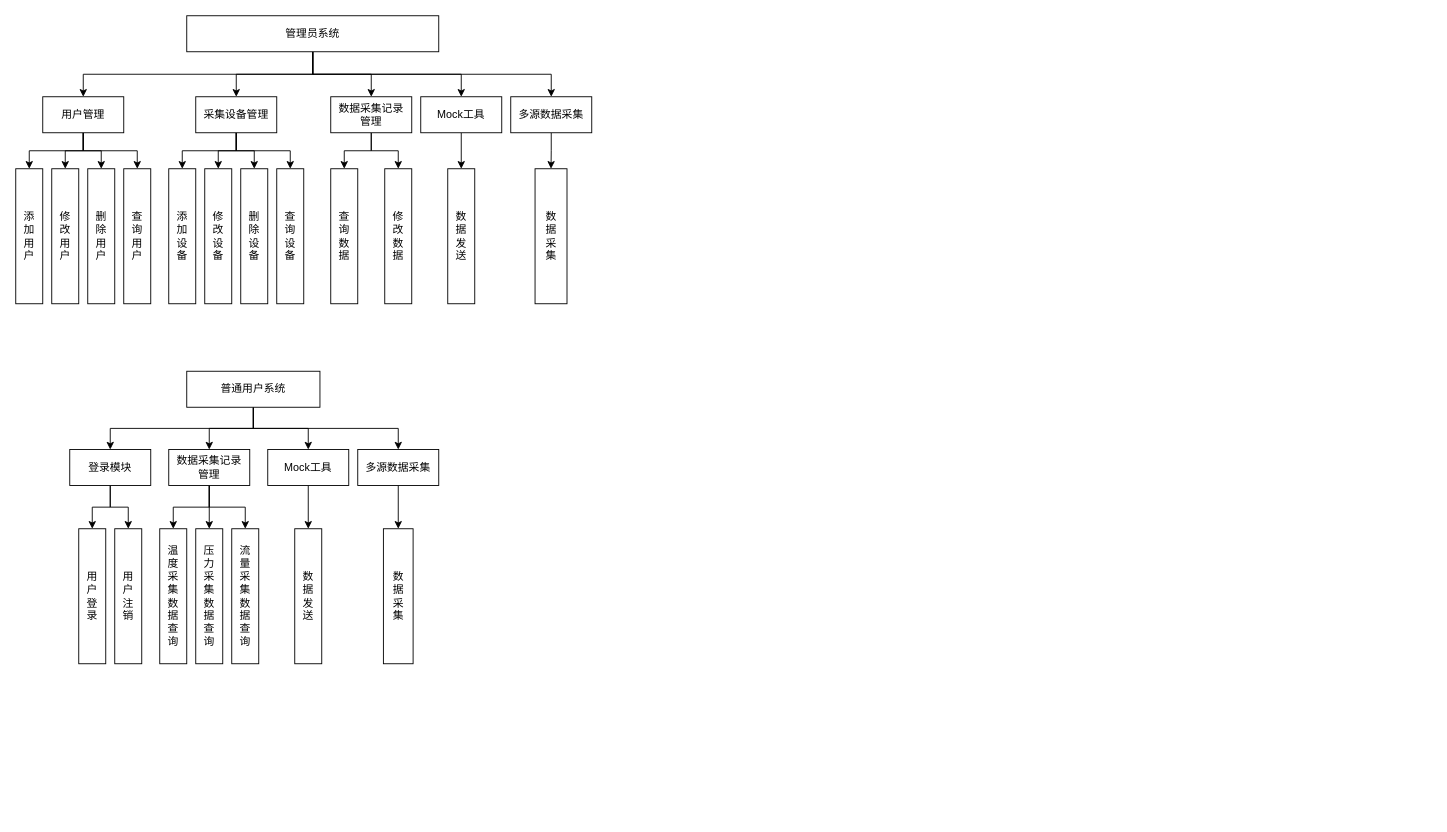
Thesis7/review--master keeps this draw.io diagram as 功能模块图.drawio. Above is the earlier version. Source tidied: cells renumbered, new cells numbered last; positions are measured from the earlier drawing's top-left corner, leaving out a move shared by most shapes. Both pictures are drawn from the tidied source at 90%, with x=0, y=0 at pixel (15, 15).
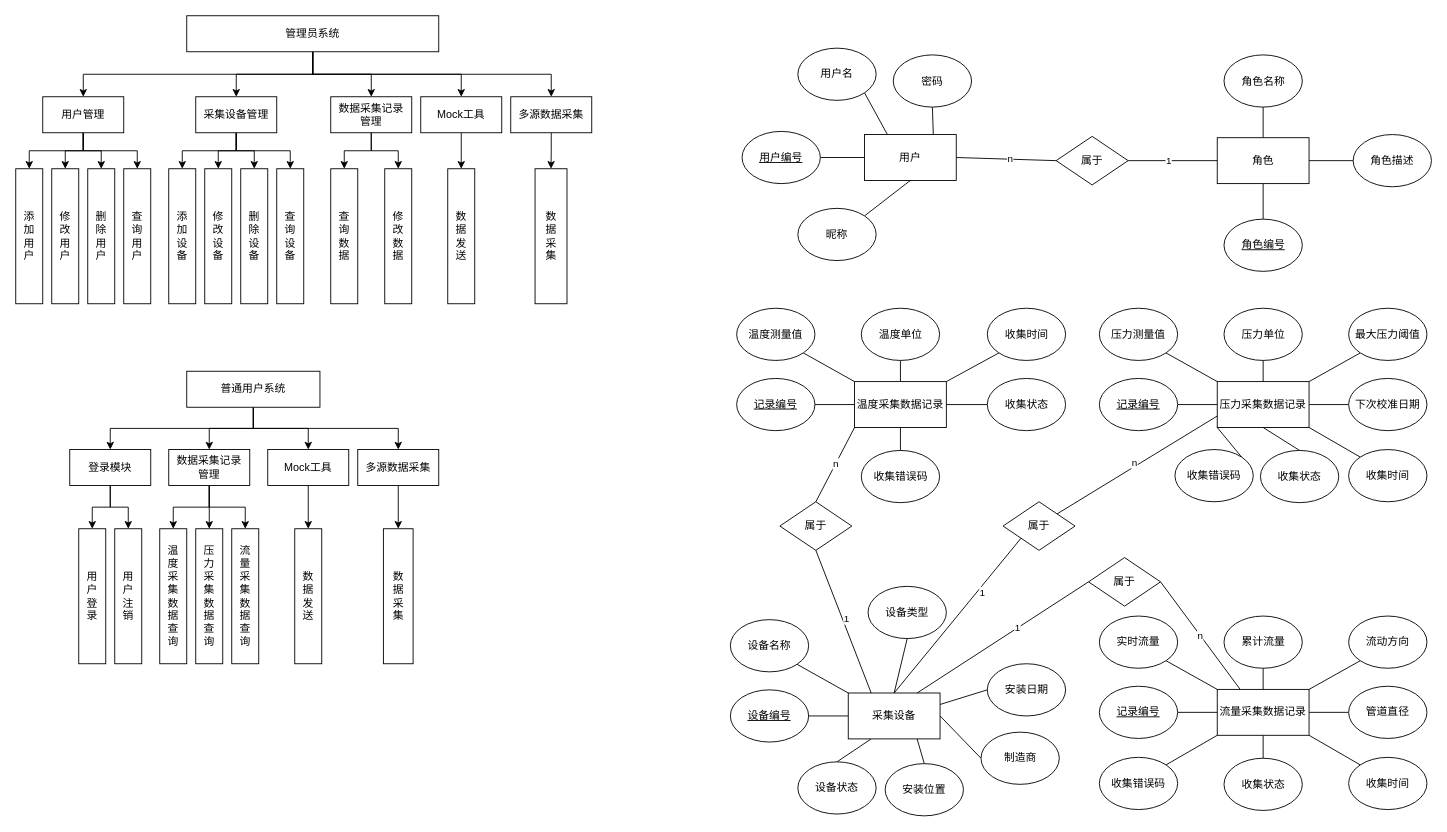
The same page after the edit.

Commit message:
更新功能模块图.drawio

Diff of the diagram source:
```diff
@@
+    <mxCell id="60" style="edgeStyle=orthogonalEdgeStyle;rounded=0;jettySize=auto;html=1;exitX=1;exitY=0.5;exitDx=0;exitDy=0;entryX=0;entryY=0.5;entryDx=0;entryDy=0;endArrow=none;startFill=0;" parent="1" edge="1" source="63" target="66">
+      <mxGeometry relative="1" as="geometry" />
+    </mxCell>
+    <mxCell id="61" style="edgeStyle=orthogonalEdgeStyle;rounded=0;jettySize=auto;html=1;exitX=0.5;exitY=0;exitDx=0;exitDy=0;entryX=0.5;entryY=1;entryDx=0;entryDy=0;endArrow=none;startFill=0;" parent="1" edge="1" source="63" target="65">
+      <mxGeometry relative="1" as="geometry" />
+    </mxCell>
+    <mxCell id="62" style="edgeStyle=orthogonalEdgeStyle;rounded=0;jettySize=auto;html=1;exitX=0.5;exitY=1;exitDx=0;exitDy=0;entryX=0.5;entryY=0;entryDx=0;entryDy=0;endArrow=none;startFill=0;" parent="1" edge="1" source="63" target="64">
+      <mxGeometry relative="1" as="geometry" />
+    </mxCell>
+    <mxCell id="63" value="角色" style="rounded=0;whiteSpace=wrap;html=1;" parent="1" vertex="1">
+      <mxGeometry x="1335" y="135.5" width="102" height="51" as="geometry" />
+    </mxCell>
+    <mxCell id="64" value="角色编号" style="ellipse;whiteSpace=wrap;html=1;fontStyle=4;" parent="1" vertex="1">
+      <mxGeometry x="1342.5" y="226" width="87" height="58" as="geometry" />
+    </mxCell>
+    <mxCell id="65" value="角色名称" style="ellipse;whiteSpace=wrap;html=1;" parent="1" vertex="1">
+      <mxGeometry x="1342.5" y="43.5" width="87" height="58" as="geometry" />
+    </mxCell>
+    <mxCell id="66" value="角色描述" style="ellipse;whiteSpace=wrap;html=1;" parent="1" vertex="1">
+      <mxGeometry x="1486" y="132" width="87" height="58" as="geometry" />
+    </mxCell>
+    <mxCell id="67" style="rounded=0;jettySize=auto;html=1;exitX=0;exitY=0.5;exitDx=0;exitDy=0;entryX=1;entryY=0.5;entryDx=0;entryDy=0;endArrow=none;startFill=0;" parent="1" edge="1" source="78" target="79">
+      <mxGeometry relative="1" as="geometry" />
+    </mxCell>
+    <mxCell id="68" style="rounded=0;jettySize=auto;html=1;exitX=0;exitY=0;exitDx=0;exitDy=0;entryX=1;entryY=1;entryDx=0;entryDy=0;endArrow=none;startFill=0;" parent="1" edge="1" source="78" target="80">
+      <mxGeometry relative="1" as="geometry" />
+    </mxCell>
+    <mxCell id="69" style="rounded=0;jettySize=auto;html=1;exitX=0.5;exitY=0;exitDx=0;exitDy=0;entryX=0.5;entryY=1;entryDx=0;entryDy=0;endArrow=none;startFill=0;" parent="1" edge="1" source="78" target="81">
+      <mxGeometry relative="1" as="geometry" />
+    </mxCell>
+    <mxCell id="70" style="rounded=0;jettySize=auto;html=1;exitX=1;exitY=0.5;exitDx=0;exitDy=0;entryX=0;entryY=0.5;entryDx=0;entryDy=0;endArrow=none;startFill=0;" parent="1" edge="1" source="78" target="84">
+      <mxGeometry relative="1" as="geometry" />
+    </mxCell>
+    <mxCell id="71" style="rounded=0;jettySize=auto;html=1;exitX=0.75;exitY=1;exitDx=0;exitDy=0;entryX=0.5;entryY=0;entryDx=0;entryDy=0;endArrow=none;startFill=0;" parent="1" edge="1" source="78" target="83">
+      <mxGeometry relative="1" as="geometry" />
+    </mxCell>
+    <mxCell id="72" style="rounded=0;jettySize=auto;html=1;exitX=0.25;exitY=1;exitDx=0;exitDy=0;entryX=0.5;entryY=0;entryDx=0;entryDy=0;endArrow=none;startFill=0;" parent="1" edge="1" source="78" target="85">
+      <mxGeometry relative="1" as="geometry" />
+    </mxCell>
+    <mxCell id="73" style="rounded=0;jettySize=auto;html=1;exitX=1;exitY=0.25;exitDx=0;exitDy=0;entryX=0;entryY=0.5;entryDx=0;entryDy=0;endArrow=none;startFill=0;" parent="1" edge="1" source="78" target="82">
+      <mxGeometry relative="1" as="geometry" />
+    </mxCell>
+    <mxCell id="74" style="rounded=0;jettySize=auto;html=1;exitX=0.5;exitY=0;exitDx=0;exitDy=0;entryX=0;entryY=1;entryDx=0;entryDy=0;endArrow=none;startFill=0;" parent="1" edge="1" source="78" target="153">
+      <mxGeometry relative="1" as="geometry" />
+    </mxCell>
+    <mxCell id="75" value="1" style="edgeLabel;html=1;align=center;verticalAlign=middle;" parent="74" vertex="1">
+      <mxGeometry x="0.34" y="-4" relative="1" as="geometry">
+        <mxPoint y="1" as="offset" />
+      </mxGeometry>
+    </mxCell>
+    <mxCell id="76" style="rounded=0;jettySize=auto;html=1;exitX=0.25;exitY=0;exitDx=0;exitDy=0;entryX=0.5;entryY=1;entryDx=0;entryDy=0;endArrow=none;startFill=0;" parent="1" edge="1" source="78" target="152">
+      <mxGeometry relative="1" as="geometry" />
+    </mxCell>
+    <mxCell id="77" value="1" style="edgeLabel;html=1;align=center;verticalAlign=middle;" parent="76" vertex="1">
+      <mxGeometry x="0.03" y="-4" relative="1" as="geometry" />
+    </mxCell>
+    <mxCell id="78" value="采集设备" style="rounded=0;whiteSpace=wrap;html=1;" parent="1" vertex="1">
+      <mxGeometry x="925" y="752.5" width="102" height="51" as="geometry" />
+    </mxCell>
+    <mxCell id="79" value="设备编号" style="ellipse;whiteSpace=wrap;html=1;fontStyle=4;" parent="1" vertex="1">
+      <mxGeometry x="794" y="749" width="87" height="58" as="geometry" />
+    </mxCell>
+    <mxCell id="80" value="设备名称" style="ellipse;whiteSpace=wrap;html=1;" parent="1" vertex="1">
+      <mxGeometry x="794" y="671" width="87" height="58" as="geometry" />
+    </mxCell>
+    <mxCell id="81" value="设备类型" style="ellipse;whiteSpace=wrap;html=1;" parent="1" vertex="1">
+      <mxGeometry x="947" y="634" width="87" height="58" as="geometry" />
+    </mxCell>
+    <mxCell id="82" value="安装日期" style="ellipse;whiteSpace=wrap;html=1;" parent="1" vertex="1">
+      <mxGeometry x="1079.5" y="720" width="87" height="58" as="geometry" />
+    </mxCell>
+    <mxCell id="83" value="安装位置" style="ellipse;whiteSpace=wrap;html=1;" parent="1" vertex="1">
+      <mxGeometry x="966" y="831" width="87" height="58" as="geometry" />
+    </mxCell>
+    <mxCell id="84" value="制造商" style="ellipse;whiteSpace=wrap;html=1;" parent="1" vertex="1">
+      <mxGeometry x="1072.5" y="796" width="87" height="58" as="geometry" />
+    </mxCell>
+    <mxCell id="85" value="设备状态" style="ellipse;whiteSpace=wrap;html=1;" parent="1" vertex="1">
+      <mxGeometry x="869" y="829" width="87" height="58" as="geometry" />
+    </mxCell>
+    <mxCell id="86" style="rounded=0;jettySize=auto;html=1;exitX=0;exitY=0.5;exitDx=0;exitDy=0;entryX=1;entryY=0.5;entryDx=0;entryDy=0;endArrow=none;startFill=0;" parent="1" edge="1" source="92" target="93">
+      <mxGeometry relative="1" as="geometry" />
+    </mxCell>
+    <mxCell id="87" style="rounded=0;jettySize=auto;html=1;exitX=0;exitY=0;exitDx=0;exitDy=0;entryX=1;entryY=1;entryDx=0;entryDy=0;endArrow=none;startFill=0;" parent="1" edge="1" source="92" target="94">
+      <mxGeometry relative="1" as="geometry" />
+    </mxCell>
+    <mxCell id="88" style="rounded=0;jettySize=auto;html=1;exitX=0.5;exitY=0;exitDx=0;exitDy=0;entryX=0.5;entryY=1;entryDx=0;entryDy=0;endArrow=none;startFill=0;" parent="1" edge="1" source="92" target="95">
+      <mxGeometry relative="1" as="geometry" />
+    </mxCell>
+    <mxCell id="89" style="rounded=0;jettySize=auto;html=1;exitX=1;exitY=0;exitDx=0;exitDy=0;entryX=0;entryY=1;entryDx=0;entryDy=0;endArrow=none;startFill=0;" parent="1" edge="1" source="92" target="96">
+      <mxGeometry relative="1" as="geometry" />
+    </mxCell>
+    <mxCell id="90" style="rounded=0;jettySize=auto;html=1;exitX=1;exitY=0.5;exitDx=0;exitDy=0;entryX=0;entryY=0.5;entryDx=0;entryDy=0;endArrow=none;startFill=0;" parent="1" edge="1" source="92" target="98">
+      <mxGeometry relative="1" as="geometry" />
+    </mxCell>
+    <mxCell id="91" style="edgeStyle=orthogonalEdgeStyle;rounded=0;jettySize=auto;html=1;exitX=0.5;exitY=1;exitDx=0;exitDy=0;entryX=0.5;entryY=0;entryDx=0;entryDy=0;endArrow=none;startFill=0;" parent="1" edge="1" source="92" target="97">
+      <mxGeometry relative="1" as="geometry" />
+    </mxCell>
+    <mxCell id="92" value="温度采集数据记录" style="rounded=0;whiteSpace=wrap;html=1;" parent="1" vertex="1">
+      <mxGeometry x="932" y="406.5" width="102" height="51" as="geometry" />
+    </mxCell>
+    <mxCell id="93" value="记录编号" style="ellipse;whiteSpace=wrap;html=1;fontStyle=4;" parent="1" vertex="1">
+      <mxGeometry x="801" y="403" width="87" height="58" as="geometry" />
+    </mxCell>
+    <mxCell id="94" value="温度测量值" style="ellipse;whiteSpace=wrap;html=1;" parent="1" vertex="1">
+      <mxGeometry x="801" y="325" width="87" height="58" as="geometry" />
+    </mxCell>
+    <mxCell id="95" value="温度单位" style="ellipse;whiteSpace=wrap;html=1;" parent="1" vertex="1">
+      <mxGeometry x="939.5" y="325" width="87" height="58" as="geometry" />
+    </mxCell>
+    <mxCell id="96" value="收集时间" style="ellipse;whiteSpace=wrap;html=1;" parent="1" vertex="1">
+      <mxGeometry x="1079.5" y="325" width="87" height="58" as="geometry" />
+    </mxCell>
+    <mxCell id="97" value="收集错误码" style="ellipse;whiteSpace=wrap;html=1;" parent="1" vertex="1">
+      <mxGeometry x="939.5" y="483" width="87" height="58" as="geometry" />
+    </mxCell>
+    <mxCell id="98" value="收集状态" style="ellipse;whiteSpace=wrap;html=1;" parent="1" vertex="1">
+      <mxGeometry x="1079.5" y="403" width="87" height="58" as="geometry" />
+    </mxCell>
+    <mxCell id="99" style="rounded=0;jettySize=auto;html=1;exitX=0;exitY=0.5;exitDx=0;exitDy=0;entryX=1;entryY=0.5;entryDx=0;entryDy=0;endArrow=none;startFill=0;" parent="1" edge="1" source="109" target="110">
+      <mxGeometry relative="1" as="geometry" />
+    </mxCell>
+    <mxCell id="100" style="rounded=0;jettySize=auto;html=1;exitX=0;exitY=0;exitDx=0;exitDy=0;entryX=1;entryY=1;entryDx=0;entryDy=0;endArrow=none;startFill=0;" parent="1" edge="1" source="109" target="111">
+      <mxGeometry relative="1" as="geometry" />
+    </mxCell>
+    <mxCell id="101" style="rounded=0;jettySize=auto;html=1;exitX=0.5;exitY=0;exitDx=0;exitDy=0;entryX=0.5;entryY=1;entryDx=0;entryDy=0;endArrow=none;startFill=0;" parent="1" edge="1" source="109" target="112">
+      <mxGeometry relative="1" as="geometry" />
+    </mxCell>
+    <mxCell id="102" style="rounded=0;jettySize=auto;html=1;exitX=0.5;exitY=1;exitDx=0;exitDy=0;entryX=0.5;entryY=0;entryDx=0;entryDy=0;endArrow=none;startFill=0;" parent="1" edge="1" source="109" target="117">
+      <mxGeometry relative="1" as="geometry" />
+    </mxCell>
+    <mxCell id="103" style="rounded=0;jettySize=auto;html=1;exitX=0;exitY=1;exitDx=0;exitDy=0;entryX=1;entryY=0;entryDx=0;entryDy=0;endArrow=none;startFill=0;" parent="1" edge="1" source="109" target="113">
+      <mxGeometry relative="1" as="geometry" />
+    </mxCell>
+    <mxCell id="104" style="rounded=0;jettySize=auto;html=1;exitX=1;exitY=1;exitDx=0;exitDy=0;entryX=0;entryY=0;entryDx=0;entryDy=0;endArrow=none;startFill=0;" parent="1" edge="1" source="109" target="116">
+      <mxGeometry relative="1" as="geometry" />
+    </mxCell>
+    <mxCell id="105" style="rounded=0;jettySize=auto;html=1;exitX=1;exitY=0.5;exitDx=0;exitDy=0;entryX=0;entryY=0.5;entryDx=0;entryDy=0;endArrow=none;startFill=0;" parent="1" edge="1" source="109" target="115">
+      <mxGeometry relative="1" as="geometry" />
+    </mxCell>
+    <mxCell id="106" style="rounded=0;jettySize=auto;html=1;exitX=1;exitY=0;exitDx=0;exitDy=0;entryX=0;entryY=1;entryDx=0;entryDy=0;endArrow=none;startFill=0;" parent="1" edge="1" source="109" target="114">
+      <mxGeometry relative="1" as="geometry" />
+    </mxCell>
+    <mxCell id="107" style="rounded=0;jettySize=auto;html=1;exitX=0;exitY=0.75;exitDx=0;exitDy=0;entryX=1;entryY=0;entryDx=0;entryDy=0;endArrow=none;startFill=0;" parent="1" edge="1" source="109" target="153">
+      <mxGeometry relative="1" as="geometry" />
+    </mxCell>
+    <mxCell id="108" value="n" style="edgeLabel;html=1;align=center;verticalAlign=middle;" parent="107" vertex="1">
+      <mxGeometry x="0.03" y="-3" relative="1" as="geometry">
+        <mxPoint y="-1" as="offset" />
+      </mxGeometry>
+    </mxCell>
+    <mxCell id="109" value="压力采集数据记录" style="rounded=0;whiteSpace=wrap;html=1;" parent="1" vertex="1">
+      <mxGeometry x="1335" y="406.5" width="102" height="51" as="geometry" />
+    </mxCell>
+    <mxCell id="110" value="记录编号" style="ellipse;whiteSpace=wrap;html=1;fontStyle=4;" parent="1" vertex="1">
+      <mxGeometry x="1204" y="403" width="87" height="58" as="geometry" />
+    </mxCell>
+    <mxCell id="111" value="压力测量值" style="ellipse;whiteSpace=wrap;html=1;" parent="1" vertex="1">
+      <mxGeometry x="1204" y="325" width="87" height="58" as="geometry" />
+    </mxCell>
+    <mxCell id="112" value="压力单位" style="ellipse;whiteSpace=wrap;html=1;" parent="1" vertex="1">
+      <mxGeometry x="1342.5" y="325" width="87" height="58" as="geometry" />
+    </mxCell>
+    <mxCell id="113" value="收集错误码" style="ellipse;whiteSpace=wrap;html=1;" parent="1" vertex="1">
+      <mxGeometry x="1288" y="482" width="87" height="58" as="geometry" />
+    </mxCell>
+    <mxCell id="114" value="最大压力阈值" style="ellipse;whiteSpace=wrap;html=1;" parent="1" vertex="1">
+      <mxGeometry x="1481" y="325" width="87" height="58" as="geometry" />
+    </mxCell>
+    <mxCell id="115" value="下次校准日期" style="ellipse;whiteSpace=wrap;html=1;" parent="1" vertex="1">
+      <mxGeometry x="1481" y="403" width="87" height="58" as="geometry" />
+    </mxCell>
+    <mxCell id="116" value="收集时间" style="ellipse;whiteSpace=wrap;html=1;" parent="1" vertex="1">
+      <mxGeometry x="1481" y="482" width="87" height="58" as="geometry" />
+    </mxCell>
+    <mxCell id="117" value="收集状态" style="ellipse;whiteSpace=wrap;html=1;" parent="1" vertex="1">
+      <mxGeometry x="1383" y="483" width="87" height="58" as="geometry" />
+    </mxCell>
+    <mxCell id="118" style="rounded=0;jettySize=auto;html=1;exitX=0;exitY=0.5;exitDx=0;exitDy=0;entryX=1;entryY=0.5;entryDx=0;entryDy=0;endArrow=none;startFill=0;" parent="1" edge="1" source="128" target="129">
+      <mxGeometry relative="1" as="geometry" />
+    </mxCell>
+    <mxCell id="119" style="rounded=0;jettySize=auto;html=1;exitX=0;exitY=0;exitDx=0;exitDy=0;entryX=1;entryY=1;entryDx=0;entryDy=0;endArrow=none;startFill=0;" parent="1" edge="1" source="128" target="130">
+      <mxGeometry relative="1" as="geometry" />
+    </mxCell>
+    <mxCell id="120" style="rounded=0;jettySize=auto;html=1;exitX=0.5;exitY=0;exitDx=0;exitDy=0;entryX=0.5;entryY=1;entryDx=0;entryDy=0;endArrow=none;startFill=0;" parent="1" edge="1" source="128" target="131">
+      <mxGeometry relative="1" as="geometry" />
+    </mxCell>
+    <mxCell id="121" style="rounded=0;jettySize=auto;html=1;exitX=0.5;exitY=1;exitDx=0;exitDy=0;entryX=0.5;entryY=0;entryDx=0;entryDy=0;endArrow=none;startFill=0;" parent="1" edge="1" source="128" target="136">
+      <mxGeometry relative="1" as="geometry" />
+    </mxCell>
+    <mxCell id="122" style="rounded=0;jettySize=auto;html=1;exitX=0;exitY=1;exitDx=0;exitDy=0;entryX=1;entryY=0;entryDx=0;entryDy=0;endArrow=none;startFill=0;" parent="1" edge="1" source="128" target="132">
+      <mxGeometry relative="1" as="geometry" />
+    </mxCell>
+    <mxCell id="123" style="rounded=0;jettySize=auto;html=1;exitX=1;exitY=1;exitDx=0;exitDy=0;entryX=0;entryY=0;entryDx=0;entryDy=0;endArrow=none;startFill=0;" parent="1" edge="1" source="128" target="135">
+      <mxGeometry relative="1" as="geometry" />
+    </mxCell>
+    <mxCell id="124" style="rounded=0;jettySize=auto;html=1;exitX=1;exitY=0.5;exitDx=0;exitDy=0;entryX=0;entryY=0.5;entryDx=0;entryDy=0;endArrow=none;startFill=0;" parent="1" edge="1" source="128" target="134">
+      <mxGeometry relative="1" as="geometry" />
+    </mxCell>
+    <mxCell id="125" style="rounded=0;jettySize=auto;html=1;exitX=1;exitY=0;exitDx=0;exitDy=0;entryX=0;entryY=1;entryDx=0;entryDy=0;endArrow=none;startFill=0;" parent="1" edge="1" source="128" target="133">
+      <mxGeometry relative="1" as="geometry" />
+    </mxCell>
+    <mxCell id="126" style="rounded=0;jettySize=auto;html=1;exitX=0.25;exitY=0;exitDx=0;exitDy=0;entryX=1;entryY=0.5;entryDx=0;entryDy=0;endArrow=none;startFill=0;" parent="1" edge="1" source="128" target="156">
+      <mxGeometry relative="1" as="geometry" />
+    </mxCell>
+    <mxCell id="127" value="n" style="edgeLabel;html=1;align=center;verticalAlign=middle;" parent="126" vertex="1">
+      <mxGeometry x="0.01" relative="1" as="geometry" />
+    </mxCell>
+    <mxCell id="128" value="流量采集数据记录" style="rounded=0;whiteSpace=wrap;html=1;" parent="1" vertex="1">
+      <mxGeometry x="1335" y="748.5" width="102" height="51" as="geometry" />
+    </mxCell>
+    <mxCell id="129" value="记录编号" style="ellipse;whiteSpace=wrap;html=1;fontStyle=4;" parent="1" vertex="1">
+      <mxGeometry x="1204" y="745" width="87" height="58" as="geometry" />
+    </mxCell>
+    <mxCell id="130" value="实时流量" style="ellipse;whiteSpace=wrap;html=1;" parent="1" vertex="1">
+      <mxGeometry x="1204" y="667" width="87" height="58" as="geometry" />
+    </mxCell>
+    <mxCell id="131" value="累计流量" style="ellipse;whiteSpace=wrap;html=1;" parent="1" vertex="1">
+      <mxGeometry x="1342.5" y="667" width="87" height="58" as="geometry" />
+    </mxCell>
+    <mxCell id="132" value="收集错误码" style="ellipse;whiteSpace=wrap;html=1;" parent="1" vertex="1">
+      <mxGeometry x="1204" y="824" width="87" height="58" as="geometry" />
+    </mxCell>
+    <mxCell id="133" value="流动方向" style="ellipse;whiteSpace=wrap;html=1;" parent="1" vertex="1">
+      <mxGeometry x="1481" y="667" width="87" height="58" as="geometry" />
+    </mxCell>
+    <mxCell id="134" value="管道直径" style="ellipse;whiteSpace=wrap;html=1;" parent="1" vertex="1">
+      <mxGeometry x="1481" y="745" width="87" height="58" as="geometry" />
+    </mxCell>
+    <mxCell id="135" value="收集时间" style="ellipse;whiteSpace=wrap;html=1;" parent="1" vertex="1">
+      <mxGeometry x="1481" y="824" width="87" height="58" as="geometry" />
+    </mxCell>
+    <mxCell id="136" value="收集状态" style="ellipse;whiteSpace=wrap;html=1;" parent="1" vertex="1">
+      <mxGeometry x="1342.5" y="825" width="87" height="58" as="geometry" />
+    </mxCell>
+    <mxCell id="137" style="edgeStyle=orthogonalEdgeStyle;rounded=0;jettySize=auto;html=1;exitX=0;exitY=0.5;exitDx=0;exitDy=0;entryX=1;entryY=0.5;entryDx=0;entryDy=0;endArrow=none;startFill=0;" parent="1" edge="1" source="143" target="144">
+      <mxGeometry relative="1" as="geometry" />
+    </mxCell>
+    <mxCell id="138" style="rounded=0;jettySize=auto;html=1;exitX=1;exitY=0.5;exitDx=0;exitDy=0;entryX=0;entryY=0.5;entryDx=0;entryDy=0;endArrow=none;startFill=0;" parent="1" edge="1" source="143" target="150">
+      <mxGeometry relative="1" as="geometry" />
+    </mxCell>
+    <mxCell id="139" value="n" style="edgeLabel;html=1;align=center;verticalAlign=middle;" parent="138" vertex="1">
+      <mxGeometry x="0.06" y="1" relative="1" as="geometry" />
+    </mxCell>
+    <mxCell id="140" style="rounded=0;jettySize=auto;html=1;exitX=0.75;exitY=0;exitDx=0;exitDy=0;entryX=0.5;entryY=1;entryDx=0;entryDy=0;endArrow=none;startFill=0;" parent="1" edge="1" source="143" target="146">
+      <mxGeometry relative="1" as="geometry" />
+    </mxCell>
+    <mxCell id="141" style="rounded=0;jettySize=auto;html=1;exitX=0.5;exitY=1;exitDx=0;exitDy=0;entryX=1;entryY=0;entryDx=0;entryDy=0;endArrow=none;startFill=0;" parent="1" edge="1" source="143" target="147">
+      <mxGeometry relative="1" as="geometry" />
+    </mxCell>
+    <mxCell id="142" style="rounded=0;jettySize=auto;html=1;exitX=0.25;exitY=0;exitDx=0;exitDy=0;entryX=1;entryY=1;entryDx=0;entryDy=0;endArrow=none;startFill=0;" parent="1" edge="1" source="143" target="145">
+      <mxGeometry relative="1" as="geometry" />
+    </mxCell>
+    <mxCell id="143" value="用户" style="rounded=0;whiteSpace=wrap;html=1;" parent="1" vertex="1">
+      <mxGeometry x="943" y="132" width="102" height="51" as="geometry" />
+    </mxCell>
+    <mxCell id="144" value="用户编号" style="ellipse;whiteSpace=wrap;html=1;fontStyle=4;" parent="1" vertex="1">
+      <mxGeometry x="807" y="128.5" width="87" height="58" as="geometry" />
+    </mxCell>
+    <mxCell id="145" value="用户名" style="ellipse;whiteSpace=wrap;html=1;" parent="1" vertex="1">
+      <mxGeometry x="869" y="36" width="87" height="58" as="geometry" />
+    </mxCell>
+    <mxCell id="146" value="密码" style="ellipse;whiteSpace=wrap;html=1;" parent="1" vertex="1">
+      <mxGeometry x="975" y="43.5" width="87" height="58" as="geometry" />
+    </mxCell>
+    <mxCell id="147" value="昵称" style="ellipse;whiteSpace=wrap;html=1;" parent="1" vertex="1">
+      <mxGeometry x="869" y="214" width="87" height="58" as="geometry" />
+    </mxCell>
+    <mxCell id="148" style="rounded=0;jettySize=auto;html=1;exitX=1;exitY=0.5;exitDx=0;exitDy=0;entryX=0;entryY=0.5;entryDx=0;entryDy=0;endArrow=none;startFill=0;" parent="1" edge="1" source="150" target="63">
+      <mxGeometry relative="1" as="geometry" />
+    </mxCell>
+    <mxCell id="149" value="1" style="edgeLabel;html=1;align=center;verticalAlign=middle;" parent="148" vertex="1">
+      <mxGeometry x="-0.09" y="1" relative="1" as="geometry">
+        <mxPoint x="-1" as="offset" />
+      </mxGeometry>
+    </mxCell>
+    <mxCell id="150" value="属于" style="rhombus;whiteSpace=wrap;html=1;" parent="1" vertex="1">
+      <mxGeometry x="1156" y="134" width="80" height="54" as="geometry" />
+    </mxCell>
+    <mxCell id="151" value="n" style="rounded=0;jettySize=auto;html=1;exitX=0.5;exitY=0;exitDx=0;exitDy=0;entryX=0;entryY=1;entryDx=0;entryDy=0;endArrow=none;startFill=0;" parent="1" edge="1" source="152" target="92">
+      <mxGeometry relative="1" as="geometry" />
+    </mxCell>
+    <mxCell id="152" value="属于" style="rhombus;whiteSpace=wrap;html=1;" parent="1" vertex="1">
+      <mxGeometry x="849" y="540" width="80" height="54" as="geometry" />
+    </mxCell>
+    <mxCell id="153" value="属于" style="rhombus;whiteSpace=wrap;html=1;" parent="1" vertex="1">
+      <mxGeometry x="1097" y="540" width="80" height="54" as="geometry" />
+    </mxCell>
+    <mxCell id="154" style="rounded=0;jettySize=auto;html=1;exitX=0;exitY=0.5;exitDx=0;exitDy=0;entryX=0.75;entryY=0;entryDx=0;entryDy=0;endArrow=none;startFill=0;" parent="1" edge="1" source="156" target="78">
+      <mxGeometry relative="1" as="geometry" />
+    </mxCell>
+    <mxCell id="155" value="1" style="edgeLabel;html=1;align=center;verticalAlign=middle;" parent="154" vertex="1">
+      <mxGeometry x="-0.17" y="-1" relative="1" as="geometry" />
+    </mxCell>
+    <mxCell id="156" value="属于" style="rhombus;whiteSpace=wrap;html=1;" parent="1" vertex="1">
+      <mxGeometry x="1192" y="602" width="80" height="54" as="geometry" />
+    </mxCell>
```
